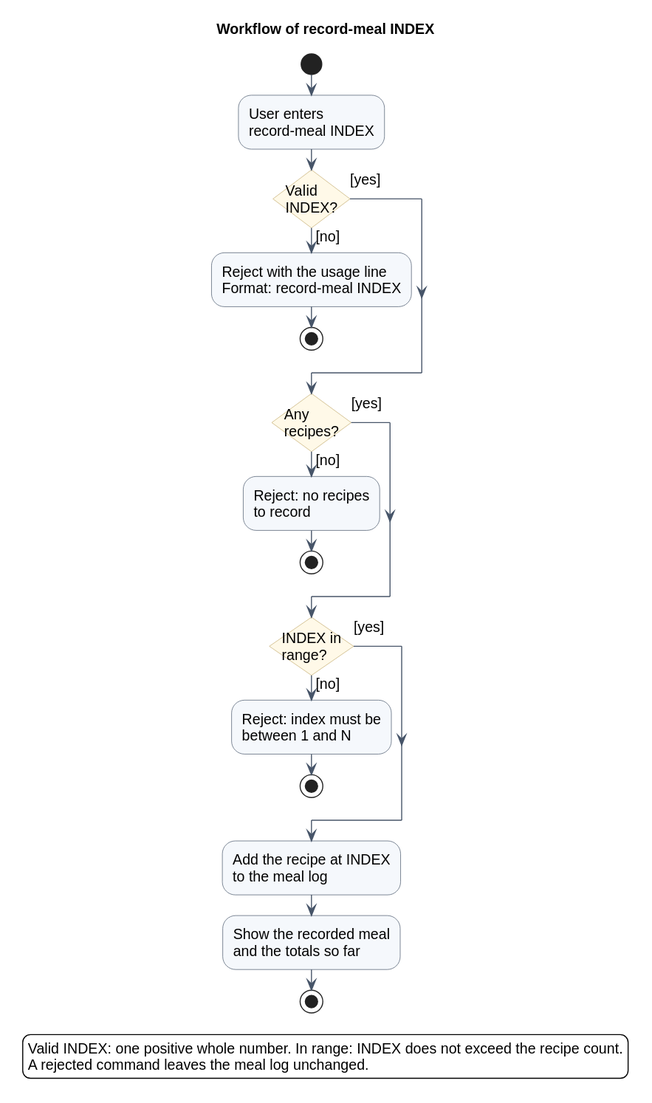
The PlantUML diagram docs/images/record-meal/flow.svg in Rixte/tp, before a commit. Its diagram source:
```plantuml
@startuml
!include style.iuml
skinparam ConditionStyle InsideDiamond
skinparam activityBackgroundColor #F5F8FC
skinparam activityBorderColor #475569
skinparam activityDiamondBackgroundColor #FFF9E8
skinparam activityDiamondBorderColor #C4AC70
title Workflow of record-meal INDEX

start
:User enters\nrecord-meal INDEX;
if (Valid\nINDEX?) then ([no])
  :Reject with the usage line\nFormat: record-meal INDEX;
  stop
else ([yes])
endif
if (Any\nrecipes?) then ([no])
  :Reject: no recipes\nto record;
  stop
else ([yes])
endif
if (INDEX in\nrange?) then ([no])
  :Reject: index must be\nbetween 1 and N;
  stop
else ([yes])
endif
:Add the recipe at INDEX\nto the meal log;
:Show the recorded meal\nand the totals so far;
stop

legend bottom
  Valid INDEX: one positive whole number. In range: INDEX does not exceed the recipe count.
  A rejected command leaves the meal log unchanged.
endlegend
@enduml
```
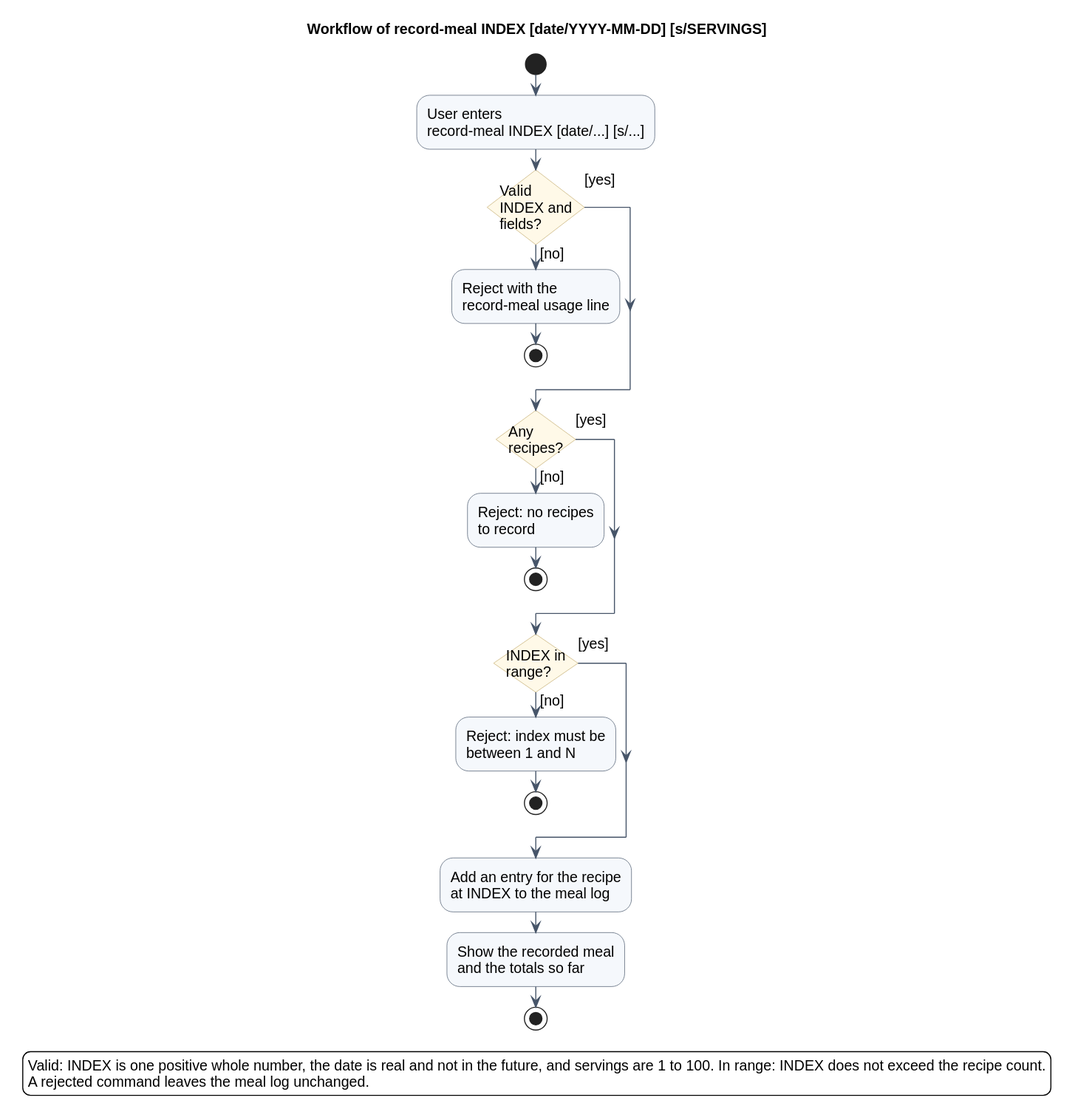
After the change.

The edit, as a diff of the source:
```diff
@@ -5,12 +5,12 @@
 skinparam activityBorderColor #475569
 skinparam activityDiamondBackgroundColor #FFF9E8
 skinparam activityDiamondBorderColor #C4AC70
-title Workflow of record-meal INDEX
+title Workflow of record-meal INDEX [date/YYYY-MM-DD] [s/SERVINGS]
 
 start
-:User enters\nrecord-meal INDEX;
-if (Valid\nINDEX?) then ([no])
-  :Reject with the usage line\nFormat: record-meal INDEX;
+:User enters\nrecord-meal INDEX [date/...] [s/...];
+if (Valid\nINDEX and\nfields?) then ([no])
+  :Reject with the\nrecord-meal usage line;
   stop
 else ([yes])
 endif
@@ -24,12 +24,12 @@
   stop
 else ([yes])
 endif
-:Add the recipe at INDEX\nto the meal log;
+:Add an entry for the recipe\nat INDEX to the meal log;
 :Show the recorded meal\nand the totals so far;
 stop
 
 legend bottom
-  Valid INDEX: one positive whole number. In range: INDEX does not exceed the recipe count.
+  Valid: INDEX is one positive whole number, the date is real and not in the future, and servings are 1 to 100. In range: INDEX does not exceed the recipe count.
   A rejected command leaves the meal log unchanged.
 endlegend
 @enduml
```
